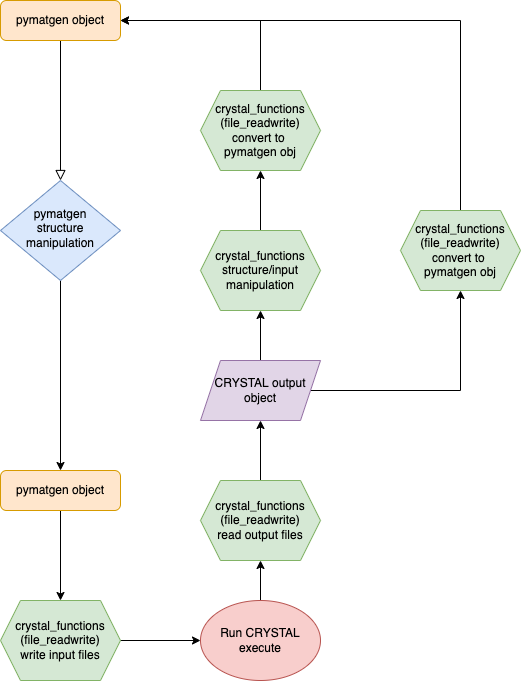
Above: doc/pymatgen_start.png in crystal-code-tools/CRYSTALpytools (draw.io), before the change. Source tidied: cells renumbered, new cells last; positions are measured from the earlier drawing's top-left corner, leaving out a move shared by most shapes.
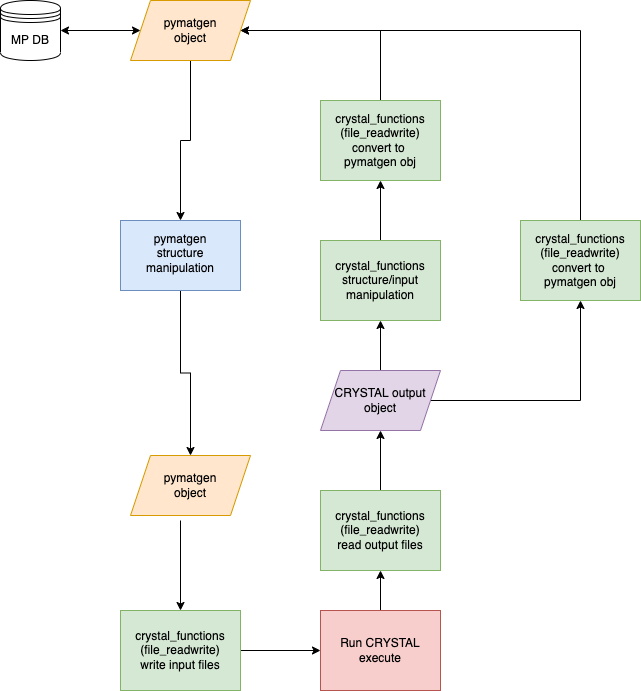
The same file after the commit.

What changed in the source:
```diff
@@ -2,34 +2,27 @@
   <root>
     <mxCell id="0" />
     <mxCell id="1" parent="0" />
-    <mxCell id="2" style="rounded=0;html=1;jettySize=auto;fontSize=11;endArrow=block;endFill=0;endSize=8;strokeWidth=1;shadow=0;labelBackgroundColor=none;edgeStyle=orthogonalEdgeStyle;" parent="1" edge="1" source="3" target="5">
-      <mxGeometry relative="1" as="geometry" />
-    </mxCell>
-    <mxCell id="3" value="pymatgen object" style="rounded=1;whiteSpace=wrap;html=1;fontSize=12;glass=0;strokeWidth=1;shadow=0;fillColor=#ffe6cc;strokeColor=#d79b00;" parent="1" vertex="1">
-      <mxGeometry width="120" height="40" as="geometry" />
-    </mxCell>
-    <mxCell id="4" style="edgeStyle=orthogonalEdgeStyle;rounded=0;jettySize=auto;html=1;" parent="1" edge="1" source="5" target="7">
-      <mxGeometry relative="1" as="geometry" />
-    </mxCell>
+    <mxCell id="23" style="edgeStyle=orthogonalEdgeStyle;rounded=0;jettySize=auto;html=1;" parent="1" edge="1" source="5" target="26">
+      <mxGeometry relative="1" as="geometry" />
+    </mxCell>
-    <mxCell id="5" value="pymatgen&lt;br&gt;structure manipulation" style="rhombus;whiteSpace=wrap;html=1;shadow=0;fontFamily=Helvetica;fontSize=12;align=center;strokeWidth=1;spacing=6;spacingTop=-4;fillColor=#dae8fc;strokeColor=#6c8ebf;" parent="1" vertex="1">
-      <mxGeometry y="180" width="120" height="100" as="geometry" />
+    <mxCell id="5" value="pymatgen&lt;br&gt;structure manipulation" style="rectangle;whiteSpace=wrap;html=1;shadow=0;fontFamily=Helvetica;fontSize=12;align=center;strokeWidth=1;spacing=6;spacingTop=-4;fillColor=#dae8fc;strokeColor=#6c8ebf;" parent="1" vertex="1">
+      <mxGeometry y="210" width="120" height="70" as="geometry" />
     </mxCell>
-    <mxCell id="6" style="edgeStyle=orthogonalEdgeStyle;rounded=0;jettySize=auto;html=1;" parent="1" edge="1" source="7" target="9">
-      <mxGeometry relative="1" as="geometry" />
+    <mxCell id="6" style="edgeStyle=orthogonalEdgeStyle;rounded=0;jettySize=auto;html=1;" parent="1" edge="1" target="9">
+      <mxGeometry relative="1" as="geometry">
+        <mxPoint x="60" y="510" as="sourcePoint" />
+      </mxGeometry>
     </mxCell>
-    <mxCell id="7" value="pymatgen object" style="rounded=1;whiteSpace=wrap;html=1;fontSize=12;glass=0;strokeWidth=1;shadow=0;fillColor=#ffe6cc;strokeColor=#d79b00;" parent="1" vertex="1">
-      <mxGeometry y="470" width="120" height="40" as="geometry" />
-    </mxCell>
     <mxCell id="8" style="edgeStyle=orthogonalEdgeStyle;rounded=0;jettySize=auto;html=1;" parent="1" edge="1" source="9" target="11">
       <mxGeometry relative="1" as="geometry" />
     </mxCell>
-    <mxCell id="9" value="crystal_functions&lt;br&gt;(file_readwrite)&lt;br&gt;write input files" style="shape=hexagon;perimeter=hexagonPerimeter2;whiteSpace=wrap;html=1;fixedSize=1;fillColor=#d5e8d4;strokeColor=#82b366;" parent="1" vertex="1">
+    <mxCell id="9" value="crystal_functions&lt;br&gt;(file_readwrite)&lt;br&gt;write input files" style="shape=rectangle;perimeter=hexagonPerimeter2;whiteSpace=wrap;html=1;fixedSize=1;fillColor=#d5e8d4;strokeColor=#82b366;" parent="1" vertex="1">
       <mxGeometry y="600" width="120" height="80" as="geometry" />
     </mxCell>
     <mxCell id="10" style="edgeStyle=orthogonalEdgeStyle;rounded=0;jettySize=auto;html=1;" parent="1" edge="1" source="11" target="14">
       <mxGeometry relative="1" as="geometry" />
     </mxCell>
-    <mxCell id="11" value="Run CRYSTAL&lt;br&gt;execute" style="ellipse;whiteSpace=wrap;html=1;fillColor=#f8cecc;strokeColor=#b85450;" parent="1" vertex="1">
+    <mxCell id="11" value="Run CRYSTAL&lt;br&gt;execute" style="rectangle;whiteSpace=wrap;html=1;fillColor=#f8cecc;strokeColor=#b85450;" parent="1" vertex="1">
       <mxGeometry x="200" y="600" width="120" height="80" as="geometry" />
     </mxCell>
     <mxCell id="12" style="edgeStyle=orthogonalEdgeStyle;rounded=0;jettySize=auto;html=1;" parent="1" edge="1" source="22" target="16">
@@ -38,33 +31,35 @@
     <mxCell id="13" style="edgeStyle=orthogonalEdgeStyle;rounded=0;jettySize=auto;html=1;" parent="1" edge="1" source="14" target="22">
       <mxGeometry relative="1" as="geometry" />
     </mxCell>
-    <mxCell id="14" value="crystal_functions&lt;br&gt;(file_readwrite)&lt;br&gt;read output files" style="shape=hexagon;perimeter=hexagonPerimeter2;whiteSpace=wrap;html=1;fixedSize=1;fillColor=#d5e8d4;strokeColor=#82b366;" parent="1" vertex="1">
+    <mxCell id="14" value="crystal_functions&lt;br&gt;(file_readwrite)&lt;br&gt;read output files" style="shape=rectangle;perimeter=hexagonPerimeter2;whiteSpace=wrap;html=1;fixedSize=1;fillColor=#d5e8d4;strokeColor=#82b366;" parent="1" vertex="1">
       <mxGeometry x="200" y="480" width="120" height="80" as="geometry" />
     </mxCell>
-    <mxCell id="15" style="edgeStyle=orthogonalEdgeStyle;rounded=0;jettySize=auto;html=1;entryX=1;entryY=0.5;entryDx=0;entryDy=0;" parent="1" edge="1" source="16" target="3">
+    <mxCell id="15" style="edgeStyle=orthogonalEdgeStyle;rounded=0;jettySize=auto;html=1;entryX=1;entryY=0.5;entryDx=0;entryDy=0;" parent="1" edge="1" source="16">
       <mxGeometry relative="1" as="geometry">
+        <mxPoint x="120" y="20" as="targetPoint" />
         <Array as="points">
           <mxPoint x="460" y="20" />
         </Array>
       </mxGeometry>
     </mxCell>
-    <mxCell id="16" value="&lt;span&gt;crystal_functions&lt;/span&gt;&lt;br&gt;&lt;span&gt;(file_readwrite)&lt;/span&gt;&lt;br&gt;&lt;span&gt;convert to &lt;br&gt;pymatgen obj&lt;/span&gt;" style="shape=hexagon;perimeter=hexagonPerimeter2;whiteSpace=wrap;html=1;fixedSize=1;fillColor=#d5e8d4;strokeColor=#82b366;" parent="1" vertex="1">
+    <mxCell id="16" value="&lt;span&gt;crystal_functions&lt;/span&gt;&lt;br&gt;&lt;span&gt;(file_readwrite)&lt;/span&gt;&lt;br&gt;&lt;span&gt;convert to &lt;br&gt;pymatgen obj&lt;/span&gt;" style="shape=rectangle;perimeter=hexagonPerimeter2;whiteSpace=wrap;html=1;fixedSize=1;fillColor=#d5e8d4;strokeColor=#82b366;" parent="1" vertex="1">
       <mxGeometry x="400" y="210" width="120" height="80" as="geometry" />
     </mxCell>
     <mxCell id="17" style="edgeStyle=orthogonalEdgeStyle;rounded=0;jettySize=auto;html=1;" parent="1" edge="1" source="18" target="20">
       <mxGeometry relative="1" as="geometry" />
     </mxCell>
-    <mxCell id="18" value="crystal_functions&lt;br&gt;structure/input&lt;br&gt;manipulation" style="shape=hexagon;perimeter=hexagonPerimeter2;whiteSpace=wrap;html=1;fixedSize=1;fillColor=#d5e8d4;strokeColor=#82b366;" parent="1" vertex="1">
+    <mxCell id="18" value="crystal_functions&lt;br&gt;structure/input&lt;br&gt;manipulation" style="shape=rectangle;perimeter=hexagonPerimeter2;whiteSpace=wrap;html=1;fixedSize=1;fillColor=#d5e8d4;strokeColor=#82b366;" parent="1" vertex="1">
       <mxGeometry x="200" y="230" width="120" height="80" as="geometry" />
     </mxCell>
-    <mxCell id="19" style="edgeStyle=orthogonalEdgeStyle;rounded=0;jettySize=auto;html=1;entryX=1;entryY=0.5;entryDx=0;entryDy=0;" parent="1" edge="1" source="20" target="3">
+    <mxCell id="19" style="edgeStyle=orthogonalEdgeStyle;rounded=0;jettySize=auto;html=1;entryX=1;entryY=0.5;entryDx=0;entryDy=0;" parent="1" edge="1" source="20">
       <mxGeometry relative="1" as="geometry">
+        <mxPoint x="120" y="20" as="targetPoint" />
         <Array as="points">
           <mxPoint x="260" y="20" />
         </Array>
       </mxGeometry>
     </mxCell>
-    <mxCell id="20" value="&lt;span&gt;crystal_functions&lt;/span&gt;&lt;br&gt;&lt;span&gt;(file_readwrite)&lt;/span&gt;&lt;br&gt;&lt;span&gt;convert to &lt;br&gt;pymatgen obj&lt;/span&gt;" style="shape=hexagon;perimeter=hexagonPerimeter2;whiteSpace=wrap;html=1;fixedSize=1;fillColor=#d5e8d4;strokeColor=#82b366;" parent="1" vertex="1">
+    <mxCell id="20" value="&lt;span&gt;crystal_functions&lt;/span&gt;&lt;br&gt;&lt;span&gt;(file_readwrite)&lt;/span&gt;&lt;br&gt;&lt;span&gt;convert to &lt;br&gt;pymatgen obj&lt;/span&gt;" style="shape=rectangle;perimeter=hexagonPerimeter2;whiteSpace=wrap;html=1;fixedSize=1;fillColor=#d5e8d4;strokeColor=#82b366;" parent="1" vertex="1">
       <mxGeometry x="200" y="90" width="120" height="80" as="geometry" />
     </mxCell>
     <mxCell id="21" style="edgeStyle=orthogonalEdgeStyle;rounded=0;jettySize=auto;html=1;" parent="1" edge="1" source="22" target="18">
@@ -73,5 +68,20 @@
     <mxCell id="22" value="CRYSTAL output&lt;br&gt;object" style="shape=parallelogram;perimeter=parallelogramPerimeter;whiteSpace=wrap;html=1;fixedSize=1;fillColor=#e1d5e7;strokeColor=#9673a6;" parent="1" vertex="1">
       <mxGeometry x="200" y="360" width="120" height="60" as="geometry" />
     </mxCell>
+    <mxCell id="24" style="edgeStyle=orthogonalEdgeStyle;rounded=0;jettySize=auto;html=1;" parent="1" edge="1" source="25" target="5">
+      <mxGeometry relative="1" as="geometry" />
+    </mxCell>
+    <mxCell id="25" value="pymatgen&lt;br&gt;object" style="shape=parallelogram;perimeter=parallelogramPerimeter;whiteSpace=wrap;html=1;fixedSize=1;fillColor=#ffe6cc;strokeColor=#d79b00;" parent="1" vertex="1">
+      <mxGeometry x="10" y="-10" width="120" height="60" as="geometry" />
+    </mxCell>
+    <mxCell id="26" value="pymatgen&lt;br&gt;object" style="shape=parallelogram;perimeter=parallelogramPerimeter;whiteSpace=wrap;html=1;fixedSize=1;fillColor=#ffe6cc;strokeColor=#d79b00;" parent="1" vertex="1">
+      <mxGeometry x="10" y="445" width="120" height="60" as="geometry" />
+    </mxCell>
+    <mxCell id="27" value="MP DB" style="shape=datastore;whiteSpace=wrap;html=1;" parent="1" vertex="1">
+      <mxGeometry x="-120" y="-10" width="60" height="60" as="geometry" />
+    </mxCell>
+    <mxCell id="28" style="endArrow=classic;startArrow=classic;html=1;rounded=0;exitX=1;exitY=0.5;exitDx=0;exitDy=0;entryX=0;entryY=0.5;entryDx=0;entryDy=0;" parent="1" edge="1" source="27" target="25">
+      <mxGeometry relative="1" as="geometry" />
+    </mxCell>
   </root>
 </mxGraphModel>
```
